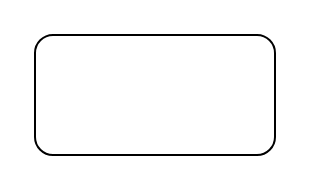
The draw.io diagram drawio_files/002_SAP Cloud.drawio in frostaag/diagrams-v4, before the edit. Source tidied: cells renumbered, new cells numbered last; positions are measured from the earlier drawing's top-left corner, leaving out a move shared by most shapes. Both pictures are drawn from the tidied source at 200%, with x=0, y=0 at pixel (34, 34).
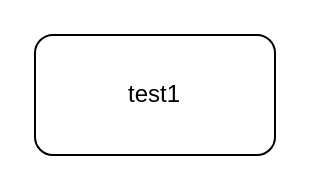
The same page after the edit.

Diff of the diagram source:
```diff
@@
 <mxGraphModel>
   <root>
     <mxCell id="0" />
     <mxCell id="1" parent="0" />
-    <mxCell id="2" style="rounded=1;whiteSpace=wrap;html=1;" parent="1" vertex="1">
+    <mxCell id="2" value="test1" style="rounded=1;whiteSpace=wrap;html=1;" parent="1" vertex="1">
       <mxGeometry width="120" height="60" as="geometry" />
     </mxCell>
   </root>
 </mxGraphModel>
```
